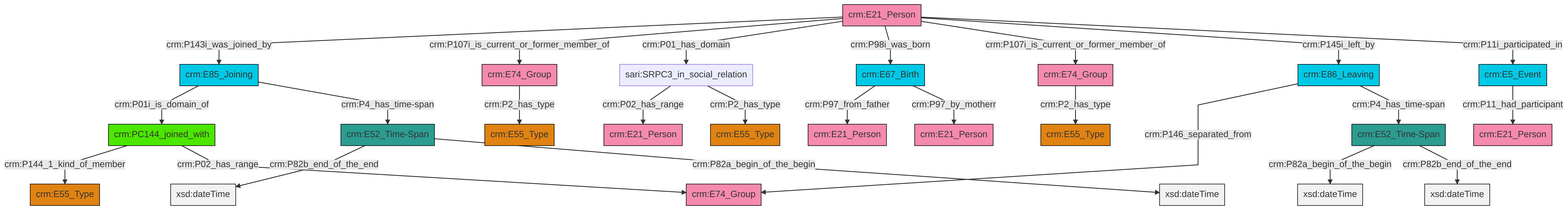
This is et/personCSV/ttl/mmd/png/Person_Actor_Relations.png from swiss-art-research-net/reference-data-models, a Mermaid export, as it was before one commit. Its source is kept beside it as et/personCSV/ttl/mmd/Person_Actor_Relations.ttl.mmd.
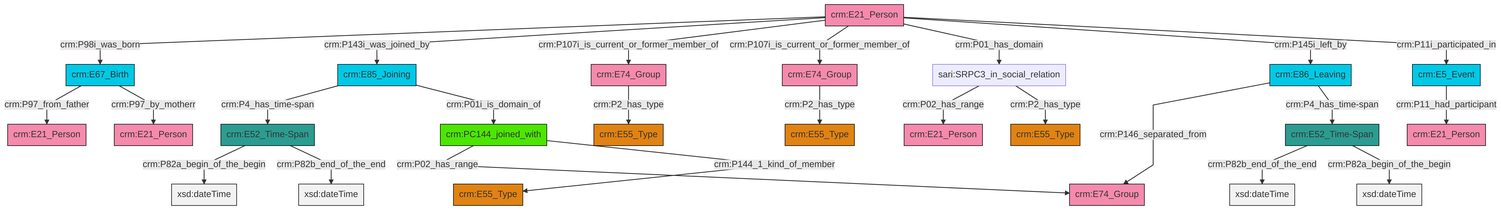
Above is the later version.

Change to the diagram source:
```diff
@@ -14,26 +14,26 @@
 classDef Multi fill:#cccccc,stroke:#000000;
 
 0["crm:E67_Birth"]:::Temporal_Entity -->|crm:P97_from_father| 1["crm:E21_Person"]:::Actor
-6["crm:E74_Group"]:::Actor -->|crm:P2_has_type| 7["crm:E55_Type"]:::Type
-8["sari:SRPC3_in_social_relation"]:::Default -->|crm:P02_has_range| 9["crm:E21_Person"]:::Actor
-0["crm:E67_Birth"]:::Temporal_Entity -->|crm:P97_by_motherr| 10["crm:E21_Person"]:::Actor
-12["crm:E5_Event"]:::Temporal_Entity -->|crm:P11_had_participant| 13["crm:E21_Person"]:::Actor
-15["crm:E74_Group"]:::Actor -->|crm:P2_has_type| 16["crm:E55_Type"]:::Type
-18["crm:E52_Time-Span"]:::Time-Span -->|crm:P82a_begin_of_the_begin| 19[xsd:dateTime]:::Literal
-21["crm:E52_Time-Span"]:::Time-Span -->|crm:P82b_end_of_the_end| 22[xsd:dateTime]:::Literal
-23["crm:E86_Leaving"]:::Temporal_Entity -->|crm:P146_separated_from| 24["crm:E74_Group"]:::Actor
-2["crm:E21_Person"]:::Actor -->|crm:P143i_was_joined_by| 25["crm:E85_Joining"]:::Temporal_Entity
-2["crm:E21_Person"]:::Actor -->|crm:P107i_is_current_or_former_member_of| 15["crm:E74_Group"]:::Actor
-23["crm:E86_Leaving"]:::Temporal_Entity -->|crm:P4_has_time-span| 18["crm:E52_Time-Span"]:::Time-Span
-25["crm:E85_Joining"]:::Temporal_Entity -->|crm:P01i_is_domain_of| 28["crm:PC144_joined_with"]:::PC_Classes
-28["crm:PC144_joined_with"]:::PC_Classes -->|crm:P144_1_kind_of_member| 4["crm:E55_Type"]:::Type
-28["crm:PC144_joined_with"]:::PC_Classes -->|crm:P02_has_range| 24["crm:E74_Group"]:::Actor
-2["crm:E21_Person"]:::Actor -->|crm:P01_has_domain| 8["sari:SRPC3_in_social_relation"]:::Default
-18["crm:E52_Time-Span"]:::Time-Span -->|crm:P82b_end_of_the_end| 40[xsd:dateTime]:::Literal
-25["crm:E85_Joining"]:::Temporal_Entity -->|crm:P4_has_time-span| 21["crm:E52_Time-Span"]:::Time-Span
-2["crm:E21_Person"]:::Actor -->|crm:P98i_was_born| 0["crm:E67_Birth"]:::Temporal_Entity
-2["crm:E21_Person"]:::Actor -->|crm:P107i_is_current_or_former_member_of| 6["crm:E74_Group"]:::Actor
-2["crm:E21_Person"]:::Actor -->|crm:P145i_left_by| 23["crm:E86_Leaving"]:::Temporal_Entity
-21["crm:E52_Time-Span"]:::Time-Span -->|crm:P82a_begin_of_the_begin| 43[xsd:dateTime]:::Literal
-2["crm:E21_Person"]:::Actor -->|crm:P11i_participated_in| 12["crm:E5_Event"]:::Temporal_Entity
-8["sari:SRPC3_in_social_relation"]:::Default -->|crm:P2_has_type| 33["crm:E55_Type"]:::Type
+6["crm:E85_Joining"]:::Temporal_Entity -->|crm:P4_has_time-span| 7["crm:E52_Time-Span"]:::Time-Span
+7["crm:E52_Time-Span"]:::Time-Span -->|crm:P82a_begin_of_the_begin| 8[xsd:dateTime]:::Literal
+9["crm:E21_Person"]:::Actor -->|crm:P98i_was_born| 0["crm:E67_Birth"]:::Temporal_Entity
+10["sari:SRPC3_in_social_relation"]:::Default -->|crm:P02_has_range| 11["crm:E21_Person"]:::Actor
+16["crm:E5_Event"]:::Temporal_Entity -->|crm:P11_had_participant| 17["crm:E21_Person"]:::Actor
+9["crm:E21_Person"]:::Actor -->|crm:P143i_was_joined_by| 6["crm:E85_Joining"]:::Temporal_Entity
+24["crm:E86_Leaving"]:::Temporal_Entity -->|crm:P146_separated_from| 25["crm:E74_Group"]:::Actor
+26["crm:E74_Group"]:::Actor -->|crm:P2_has_type| 4["crm:E55_Type"]:::Type
+7["crm:E52_Time-Span"]:::Time-Span -->|crm:P82b_end_of_the_end| 27[xsd:dateTime]:::Literal
+0["crm:E67_Birth"]:::Temporal_Entity -->|crm:P97_by_motherr| 30["crm:E21_Person"]:::Actor
+9["crm:E21_Person"]:::Actor -->|crm:P107i_is_current_or_former_member_of| 14["crm:E74_Group"]:::Actor
+9["crm:E21_Person"]:::Actor -->|crm:P107i_is_current_or_former_member_of| 26["crm:E74_Group"]:::Actor
+33["crm:PC144_joined_with"]:::PC_Classes -->|crm:P02_has_range| 25["crm:E74_Group"]:::Actor
+9["crm:E21_Person"]:::Actor -->|crm:P01_has_domain| 10["sari:SRPC3_in_social_relation"]:::Default
+6["crm:E85_Joining"]:::Temporal_Entity -->|crm:P01i_is_domain_of| 33["crm:PC144_joined_with"]:::PC_Classes
+33["crm:PC144_joined_with"]:::PC_Classes -->|crm:P144_1_kind_of_member| 2["crm:E55_Type"]:::Type
+10["sari:SRPC3_in_social_relation"]:::Default -->|crm:P2_has_type| 39["crm:E55_Type"]:::Type
+9["crm:E21_Person"]:::Actor -->|crm:P145i_left_by| 24["crm:E86_Leaving"]:::Temporal_Entity
+18["crm:E52_Time-Span"]:::Time-Span -->|crm:P82b_end_of_the_end| 41[xsd:dateTime]:::Literal
+14["crm:E74_Group"]:::Actor -->|crm:P2_has_type| 28["crm:E55_Type"]:::Type
+9["crm:E21_Person"]:::Actor -->|crm:P11i_participated_in| 16["crm:E5_Event"]:::Temporal_Entity
+18["crm:E52_Time-Span"]:::Time-Span -->|crm:P82a_begin_of_the_begin| 42[xsd:dateTime]:::Literal
+24["crm:E86_Leaving"]:::Temporal_Entity -->|crm:P4_has_time-span| 18["crm:E52_Time-Span"]:::Time-Span
```
